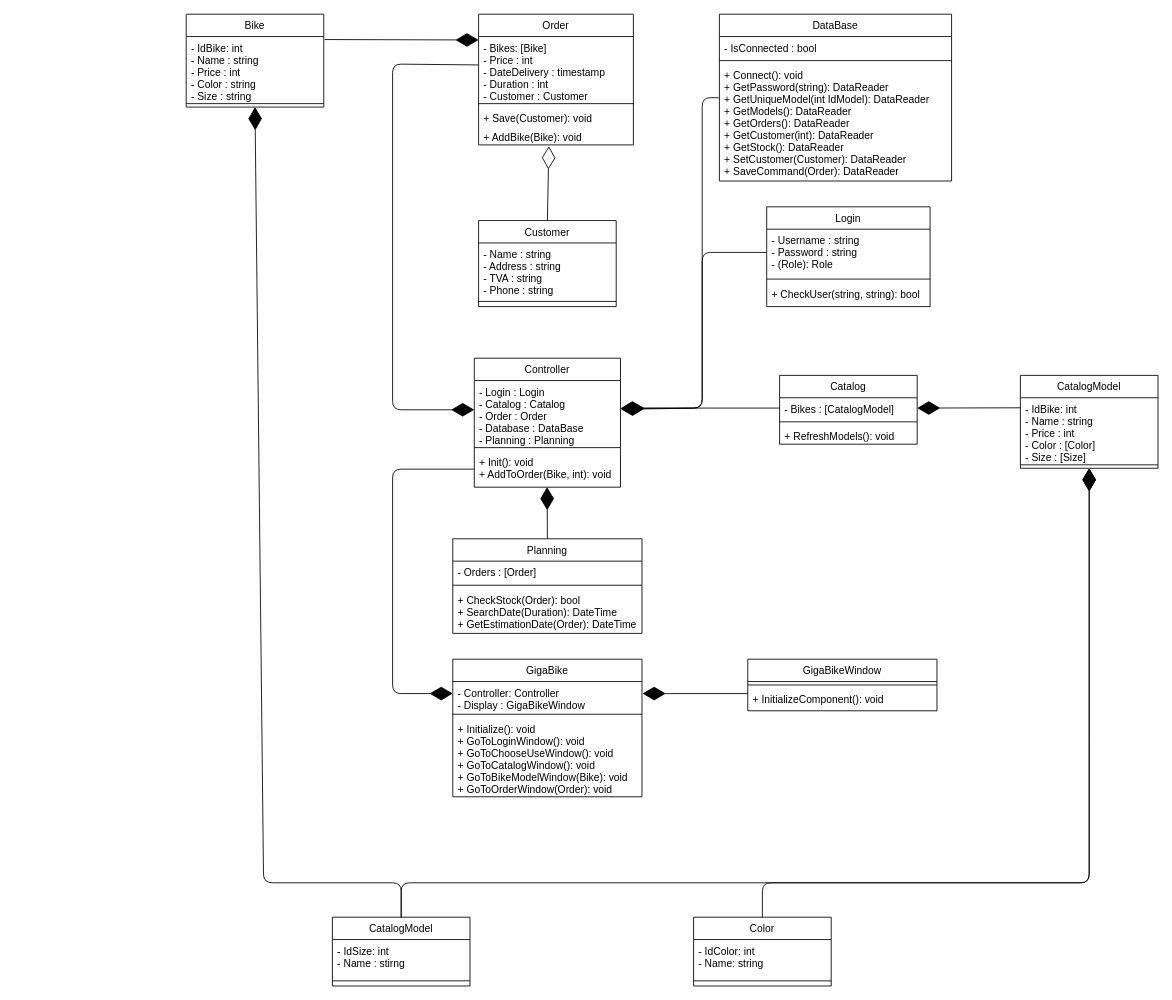
Before: Diagrams/ClassDiagram.drawio in alex210501/GigaBike, a draw.io diagram. Source tidied: cells renumbered, new cells numbered last; positions are measured from the earlier drawing's top-left corner, leaving out a move shared by most shapes. Both pictures are drawn from the tidied source at 86%, with x=0, y=0 at pixel (186, 14).
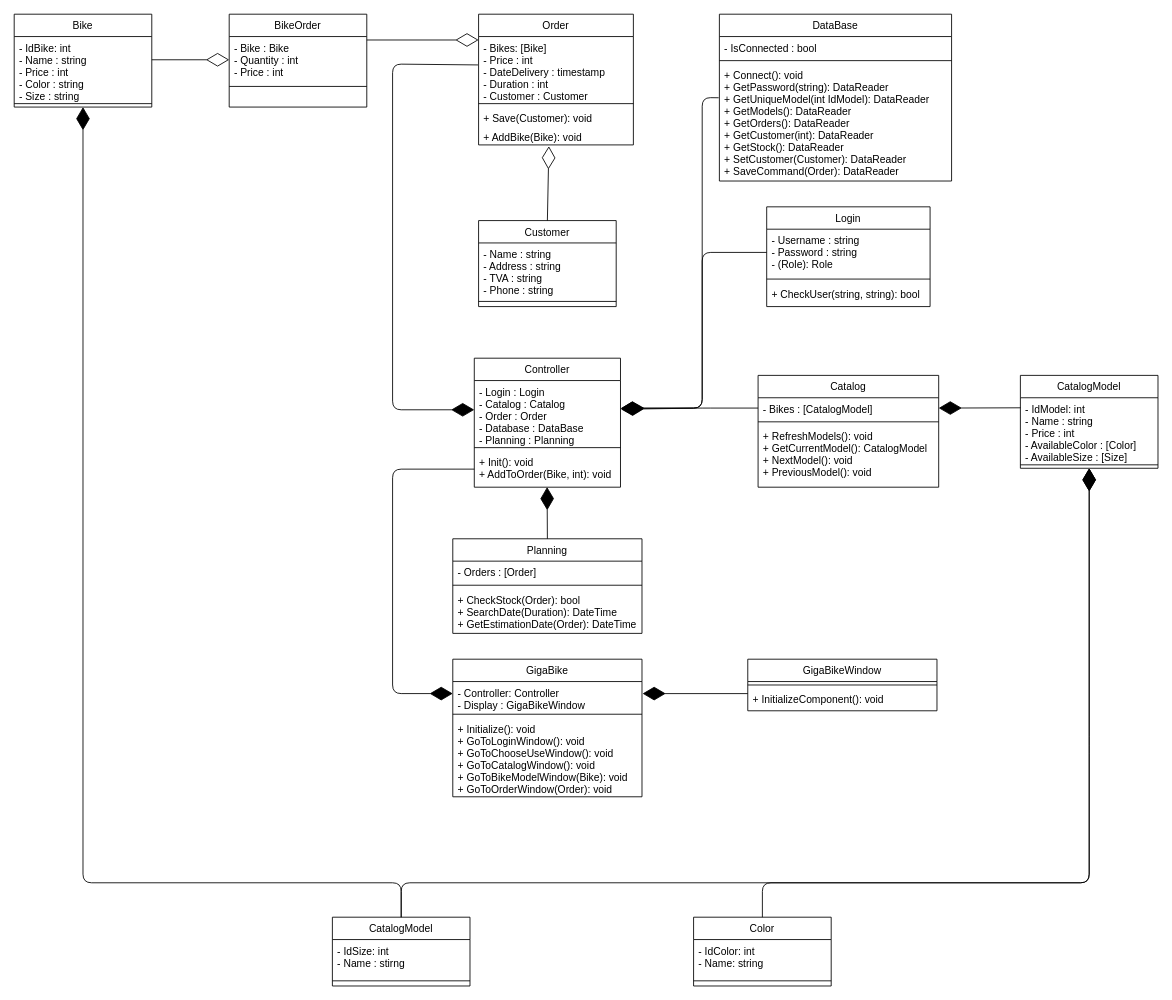
Above is the later version.

Commit message (it also covers changes not shown here):
Edit the class diagram

The change refers to these unchanged cells:
```xml
<mxCell id="3" value="- Bikes: [Bike]&#10;- Price : int&#10;- DateDelivery : timestamp&#10;- Duration : int&#10;- Customer : Customer" style="text;align=left;verticalAlign=top;spacingLeft=4;spacingRight=4;overflow=hidden;points=[[0,0.5],[1,0.5]];portConstraint=eastwest;" parent="2" vertex="1">
  <mxGeometry y="26" width="180" height="74" as="geometry" />
</mxCell>
<mxCell id="24" value="- IdBike: int&#10;- Name : string&#10;- Price : int&#10;- Color : string&#10;- Size : string" style="text;align=left;verticalAlign=top;spacingLeft=4;spacingRight=4;overflow=hidden;points=[[0,0.5],[1,0.5]];portConstraint=eastwest;" parent="23" vertex="1">
  <mxGeometry y="26" width="160" height="74" as="geometry" />
</mxCell>
<mxCell id="49" value="CatalogModel" style="swimlane;fontStyle=0;align=center;verticalAlign=top;horizontal=1;startSize=26;rounded=0;shadow=0;strokeWidth=1;" parent="1" vertex="1">
  <mxGeometry x="970" y="420" width="160" height="108" as="geometry" />
</mxCell>
<mxCell id="53" value="CatalogModel" style="swimlane;fontStyle=0;align=center;verticalAlign=top;horizontal=1;startSize=26;rounded=0;shadow=0;strokeWidth=1;" parent="1" vertex="1">
  <mxGeometry x="170" y="1050" width="160" height="80" as="geometry" />
</mxCell>
```

The edit, as a diff of the source:
```diff
@@
     <mxCell id="19" value="Catalog" style="swimlane;fontStyle=0;align=center;verticalAlign=top;horizontal=1;startSize=26;rounded=0;shadow=0;strokeWidth=1;" parent="1" vertex="1">
-      <mxGeometry x="690" y="420" width="160" height="80" as="geometry" />
+      <mxGeometry x="665" y="420" width="210" height="130" as="geometry" />
     </mxCell>
     <mxCell id="20" value="- Bikes : [CatalogModel]" style="text;align=left;verticalAlign=top;spacingLeft=4;spacingRight=4;overflow=hidden;points=[[0,0.5],[1,0.5]];portConstraint=eastwest;" parent="19" vertex="1">
-      <mxGeometry y="26" width="160" height="24" as="geometry" />
+      <mxGeometry y="26" width="210" height="24" as="geometry" />
     </mxCell>
     <mxCell id="21" style="line;html=1;strokeWidth=1;align=left;verticalAlign=middle;spacingTop=-1;spacingLeft=3;spacingRight=3;labelPosition=right;" parent="19" vertex="1">
-      <mxGeometry y="50" width="160" height="8" as="geometry" />
+      <mxGeometry y="50" width="210" height="8" as="geometry" />
     </mxCell>
-    <mxCell id="22" value="+ RefreshModels(): void" style="text;align=left;verticalAlign=top;spacingLeft=4;spacingRight=4;overflow=hidden;" parent="19" vertex="1">
-      <mxGeometry y="58" width="160" height="22" as="geometry" />
+    <mxCell id="22" value="+ RefreshModels(): void&#10;+ GetCurrentModel(): CatalogModel&#10;+ NextModel(): void&#10;+ PreviousModel(): void" style="text;align=left;verticalAlign=top;spacingLeft=4;spacingRight=4;overflow=hidden;" parent="19" vertex="1">
+      <mxGeometry y="58" width="210" height="72" as="geometry" />
     </mxCell>
     <mxCell id="23" value="Bike" style="swimlane;fontStyle=0;align=center;verticalAlign=top;horizontal=1;startSize=26;rounded=0;shadow=0;strokeWidth=1;" parent="1" vertex="1">
-      <mxGeometry width="160" height="108" as="geometry" />
+      <mxGeometry x="-200" width="160" height="108" as="geometry" />
     </mxCell>
@@
-    <mxCell id="48" style="endArrow=diamondThin;endFill=1;endSize=24;html=1;exitX=1.006;exitY=0.047;exitDx=0;exitDy=0;exitPerimeter=0;" parent="1" edge="1" source="24">
-      <mxGeometry relative="1" as="geometry">
-        <mxPoint x="340" y="30" as="targetPoint" />
-      </mxGeometry>
-    </mxCell>
@@
-    <mxCell id="50" value="- IdBike: int&#10;- Name : string&#10;- Price : int&#10;- Color : [Color]&#10;- Size : [Size]" style="text;align=left;verticalAlign=top;spacingLeft=4;spacingRight=4;overflow=hidden;points=[[0,0.5],[1,0.5]];portConstraint=eastwest;" parent="49" vertex="1">
+    <mxCell id="50" value="- IdModel: int&#10;- Name : string&#10;- Price : int&#10;- AvailableColor : [Color]&#10;- AvailableSize : [Size]" style="text;align=left;verticalAlign=top;spacingLeft=4;spacingRight=4;overflow=hidden;points=[[0,0.5],[1,0.5]];portConstraint=eastwest;" parent="49" vertex="1">
       <mxGeometry y="26" width="160" height="74" as="geometry" />
     </mxCell>
@@
     <mxCell id="61" style="endArrow=diamondThin;endFill=1;endSize=24;html=1;entryX=0.5;entryY=1;entryDx=0;entryDy=0;exitX=0.5;exitY=0;exitDx=0;exitDy=0;" parent="1" edge="1" source="53" target="23">
       <mxGeometry relative="1" as="geometry">
         <Array as="points">
           <mxPoint x="250" y="1010" />
-          <mxPoint x="90" y="1010" />
+          <mxPoint x="-120" y="1010" />
         </Array>
       </mxGeometry>
     </mxCell>
+    <mxCell id="62" value="BikeOrder" style="swimlane;fontStyle=0;align=center;verticalAlign=top;horizontal=1;startSize=26;rounded=0;shadow=0;strokeWidth=1;" parent="1" vertex="1">
+      <mxGeometry x="50" width="160" height="108" as="geometry" />
+    </mxCell>
+    <mxCell id="63" value="- Bike : Bike&#10;- Quantity : int&#10;- Price : int" style="text;align=left;verticalAlign=top;spacingLeft=4;spacingRight=4;overflow=hidden;points=[[0,0.5],[1,0.5]];portConstraint=eastwest;" parent="62" vertex="1">
+      <mxGeometry y="26" width="160" height="54" as="geometry" />
+    </mxCell>
+    <mxCell id="64" style="line;html=1;strokeWidth=1;align=left;verticalAlign=middle;spacingTop=-1;spacingLeft=3;spacingRight=3;labelPosition=right;" parent="62" vertex="1">
+      <mxGeometry y="80" width="160" height="8" as="geometry" />
+    </mxCell>
+    <mxCell id="65" style="endArrow=diamondThin;endFill=0;endSize=24;html=1;entryX=0;entryY=0.5;entryDx=0;entryDy=0;" parent="1" edge="1" target="63">
+      <mxGeometry relative="1" as="geometry">
+        <mxPoint x="-40" y="53" as="sourcePoint" />
+      </mxGeometry>
+    </mxCell>
+    <mxCell id="66" style="endArrow=diamondThin;endFill=0;endSize=24;html=1;exitX=1;exitY=0.5;exitDx=0;exitDy=0;entryX=0;entryY=0.054;entryDx=0;entryDy=0;entryPerimeter=0;" parent="1" edge="1" target="3">
+      <mxGeometry relative="1" as="geometry">
+        <mxPoint x="210" y="30" as="sourcePoint" />
+      </mxGeometry>
+    </mxCell>
```
